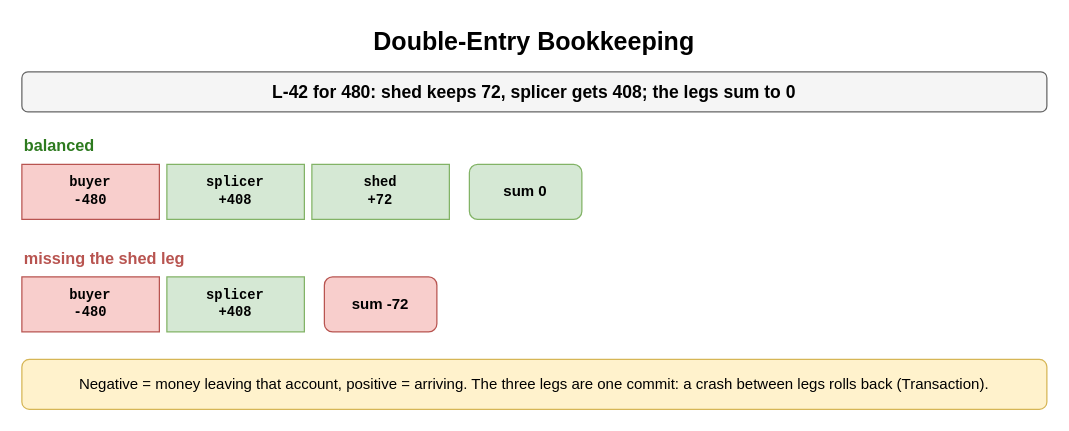
The draw.io diagram page "Double-Entry Bookkeeping" (3 of 7) of content/09_System_Design_Interview/23_Payment_and_Financial_Systems/diagrams/payments.drawio in amendez13/swe-study-guide, before the edit. Source tidied: cells renumbered, new cells numbered last; positions are measured from the earlier drawing's top-left corner, leaving out a move shared by most shapes. Both pictures are drawn from the tidied source at 125%, with x=0, y=0 at pixel (21, 21).
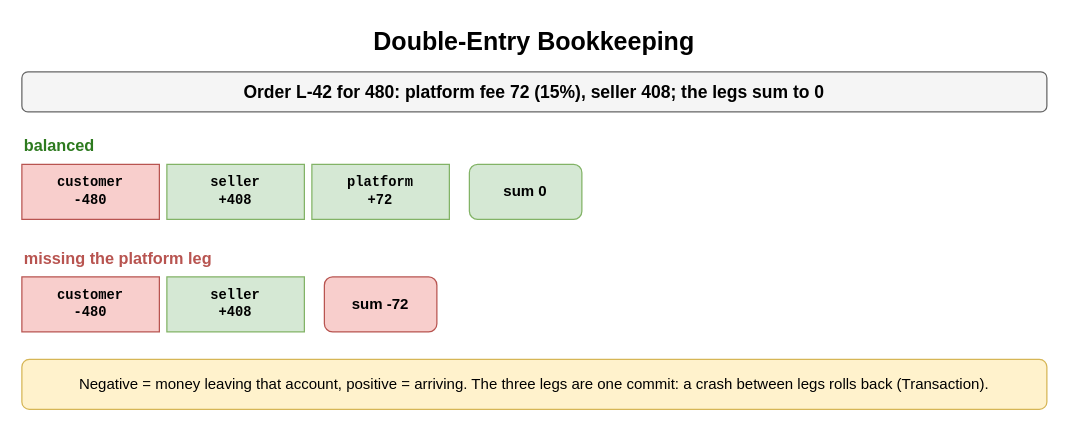
After the change.

What changed in the source:
```diff
@@
 <mxGraphModel>
   <root>
     <mxCell id="0" />
     <mxCell id="1" parent="0" />
     <mxCell id="2" value="Double-Entry Bookkeeping" style="text;html=1;align=center;verticalAlign=middle;whiteSpace=wrap;fontSize=20;fontStyle=1;" parent="1" vertex="1">
       <mxGeometry width="820" height="30" as="geometry" />
     </mxCell>
-    <mxCell id="3" value="L-42 for 480: shed keeps 72, splicer gets 408; the legs sum to 0" style="rounded=1;whiteSpace=wrap;html=1;fillColor=#f5f5f5;strokeColor=#666666;fontStyle=1;fontSize=14;" parent="1" vertex="1">
+    <mxCell id="3" value="Order L-42 for 480: platform fee 72 (15%), seller 408; the legs sum to 0" style="rounded=1;whiteSpace=wrap;html=1;fillColor=#f5f5f5;strokeColor=#666666;fontStyle=1;fontSize=14;" parent="1" vertex="1">
       <mxGeometry y="40" width="820" height="32" as="geometry" />
     </mxCell>
     <mxCell id="4" value="balanced" style="text;html=1;whiteSpace=wrap;fontSize=11;align=left;verticalAlign=middle;fontSize=13;fontColor=#2d7a1f;fontStyle=1;" parent="1" vertex="1">
       <mxGeometry y="90" width="300" height="18" as="geometry" />
     </mxCell>
-    <mxCell id="5" value="buyer&lt;br&gt;-480" style="rounded=0;whiteSpace=wrap;html=1;fontFamily=Courier New;fontStyle=1;fontSize=13;fillColor=#f8cecc;strokeColor=#b85450;fontSize=11;" parent="1" vertex="1">
+    <mxCell id="5" value="customer&lt;br&gt;-480" style="rounded=0;whiteSpace=wrap;html=1;fontFamily=Courier New;fontStyle=1;fontSize=13;fillColor=#f8cecc;strokeColor=#b85450;fontSize=11;" parent="1" vertex="1">
       <mxGeometry y="114" width="110" height="44" as="geometry" />
     </mxCell>
-    <mxCell id="6" value="splicer&lt;br&gt;+408" style="rounded=0;whiteSpace=wrap;html=1;fontFamily=Courier New;fontStyle=1;fontSize=13;fillColor=#d5e8d4;strokeColor=#82b366;fontSize=11;" parent="1" vertex="1">
+    <mxCell id="6" value="seller&lt;br&gt;+408" style="rounded=0;whiteSpace=wrap;html=1;fontFamily=Courier New;fontStyle=1;fontSize=13;fillColor=#d5e8d4;strokeColor=#82b366;fontSize=11;" parent="1" vertex="1">
       <mxGeometry x="116" y="114" width="110" height="44" as="geometry" />
     </mxCell>
-    <mxCell id="7" value="shed&lt;br&gt;+72" style="rounded=0;whiteSpace=wrap;html=1;fontFamily=Courier New;fontStyle=1;fontSize=13;fillColor=#d5e8d4;strokeColor=#82b366;fontSize=11;" parent="1" vertex="1">
+    <mxCell id="7" value="platform&lt;br&gt;+72" style="rounded=0;whiteSpace=wrap;html=1;fontFamily=Courier New;fontStyle=1;fontSize=13;fillColor=#d5e8d4;strokeColor=#82b366;fontSize=11;" parent="1" vertex="1">
       <mxGeometry x="232" y="114" width="110" height="44" as="geometry" />
     </mxCell>
     <mxCell id="8" value="sum 0" style="rounded=1;whiteSpace=wrap;html=1;fillColor=#d5e8d4;strokeColor=#82b366;fontSize=12;align=center;fontStyle=1;" parent="1" vertex="1">
       <mxGeometry x="358" y="114" width="90" height="44" as="geometry" />
     </mxCell>
-    <mxCell id="9" value="missing the shed leg" style="text;html=1;whiteSpace=wrap;fontSize=11;align=left;verticalAlign=middle;fontSize=13;fontColor=#b85450;fontStyle=1;" parent="1" vertex="1">
+    <mxCell id="9" value="missing the platform leg" style="text;html=1;whiteSpace=wrap;fontSize=11;align=left;verticalAlign=middle;fontSize=13;fontColor=#b85450;fontStyle=1;" parent="1" vertex="1">
       <mxGeometry y="180" width="300" height="18" as="geometry" />
     </mxCell>
-    <mxCell id="10" value="buyer&lt;br&gt;-480" style="rounded=0;whiteSpace=wrap;html=1;fontFamily=Courier New;fontStyle=1;fontSize=13;fillColor=#f8cecc;strokeColor=#b85450;fontSize=11;" parent="1" vertex="1">
+    <mxCell id="10" value="customer&lt;br&gt;-480" style="rounded=0;whiteSpace=wrap;html=1;fontFamily=Courier New;fontStyle=1;fontSize=13;fillColor=#f8cecc;strokeColor=#b85450;fontSize=11;" parent="1" vertex="1">
       <mxGeometry y="204" width="110" height="44" as="geometry" />
     </mxCell>
-    <mxCell id="11" value="splicer&lt;br&gt;+408" style="rounded=0;whiteSpace=wrap;html=1;fontFamily=Courier New;fontStyle=1;fontSize=13;fillColor=#d5e8d4;strokeColor=#82b366;fontSize=11;" parent="1" vertex="1">
+    <mxCell id="11" value="seller&lt;br&gt;+408" style="rounded=0;whiteSpace=wrap;html=1;fontFamily=Courier New;fontStyle=1;fontSize=13;fillColor=#d5e8d4;strokeColor=#82b366;fontSize=11;" parent="1" vertex="1">
       <mxGeometry x="116" y="204" width="110" height="44" as="geometry" />
     </mxCell>
     <mxCell id="12" value="sum -72" style="rounded=1;whiteSpace=wrap;html=1;fillColor=#f8cecc;strokeColor=#b85450;fontSize=12;align=center;fontStyle=1;" parent="1" vertex="1">
       <mxGeometry x="242" y="204" width="90" height="44" as="geometry" />
     </mxCell>
     <mxCell id="13" value="Negative = money leaving that account, positive = arriving. The three legs are one commit: a crash between legs rolls back (Transaction)." style="rounded=1;whiteSpace=wrap;html=1;fillColor=#fff2cc;strokeColor=#d6b656;fontSize=12;align=center;" parent="1" vertex="1">
       <mxGeometry y="270" width="820" height="40" as="geometry" />
     </mxCell>
   </root>
 </mxGraphModel>
```
